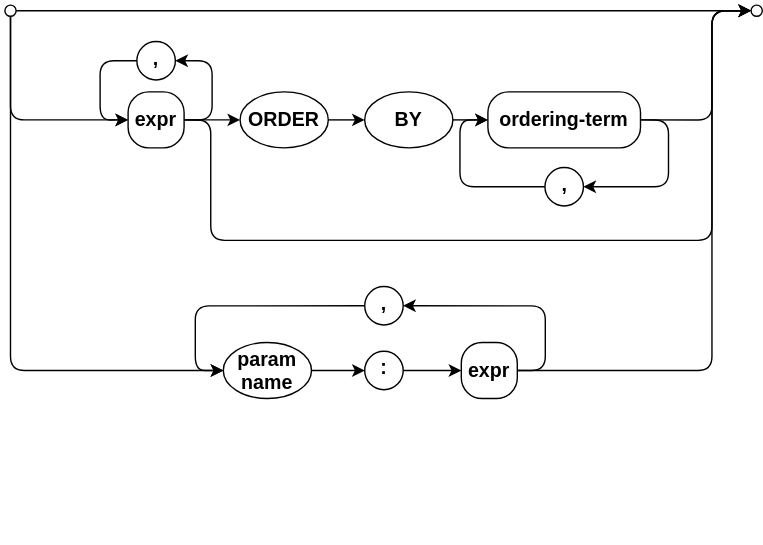
The draw.io diagram assets/cxl/function-args.drawio.svg in capire/docs, before a commit. Source tidied: cells renumbered, new cells last; positions are measured from the earlier drawing's top-left corner, leaving out a move shared by most shapes.
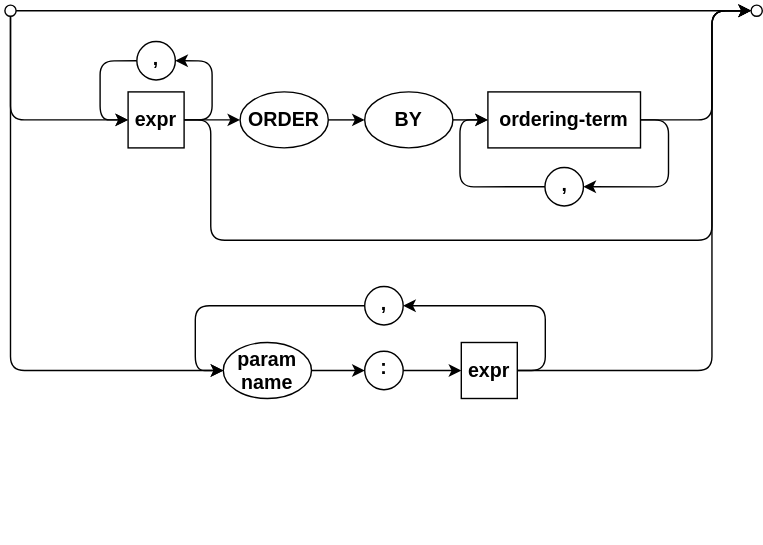
After the commit.

Diff of the diagram source:
```diff
@@ -25,7 +25,7 @@
     <mxCell id="6" style="ellipse;whiteSpace=wrap;html=1;strokeWidth=1;fontSize=14;verticalAlign=middle;fontStyle=1;textDirection=ltr;" parent="1" vertex="1">
       <mxGeometry x="533" width="8" height="8" as="geometry" />
     </mxCell>
-    <mxCell id="7" value="expr" style="rounded=1;strokeWidth=1;arcSize=37;textDirection=ltr;verticalAlign=middle;spacing=2;fontSize=14;fontStyle=1;horizontal=1;whiteSpace=wrap;html=1;labelBorderColor=none;textShadow=0;strokeColor=default;align=center;fontFamily=Helvetica;fontColor=default;fillColor=default;" parent="1" vertex="1">
+    <mxCell id="7" value="expr" style="rounded=0;strokeWidth=1;arcSize=37;textDirection=ltr;verticalAlign=middle;spacing=2;fontSize=14;fontStyle=1;horizontal=1;whiteSpace=wrap;html=1;labelBorderColor=none;textShadow=0;strokeColor=default;align=center;fontFamily=Helvetica;fontColor=default;fillColor=default;" parent="1" vertex="1">
       <mxGeometry x="88" y="62" width="40" height="40" as="geometry" />
     </mxCell>
     <mxCell id="8" value="," style="ellipse;verticalAlign=middle;spacingBottom=4;textDirection=ltr;spacing=2;strokeWidth=1;fontSize=14;fontStyle=1;horizontal=1;whiteSpace=wrap;html=1;labelBorderColor=none;textShadow=0;" parent="1" vertex="1">
@@ -37,7 +37,7 @@
     <mxCell id="10" style="edgeStyle=orthogonalEdgeStyle;rounded=1;jettySize=auto;html=1;exitX=0;exitY=0.5;exitDx=0;exitDy=0;entryX=0;entryY=0.5;entryDx=0;entryDy=0;startArrow=none;startFill=0;endArrow=classic;endFill=1;startSize=6;endSize=6;align=center;fontSize=12;labelBackgroundColor=none;" parent="1" edge="1" source="8" target="7">
       <mxGeometry relative="1" as="geometry" />
     </mxCell>
-    <mxCell id="11" value="ordering-term" style="rounded=1;strokeWidth=1;arcSize=37;textDirection=ltr;verticalAlign=middle;spacing=2;fontSize=14;fontStyle=1;horizontal=1;whiteSpace=wrap;html=1;labelBorderColor=none;textShadow=0;strokeColor=default;align=center;fontFamily=Helvetica;fontColor=default;fillColor=default;" parent="1" vertex="1">
+    <mxCell id="11" value="ordering-term" style="rounded=0;strokeWidth=1;arcSize=37;textDirection=ltr;verticalAlign=middle;spacing=2;fontSize=14;fontStyle=1;horizontal=1;whiteSpace=wrap;html=1;labelBorderColor=none;textShadow=0;strokeColor=default;align=center;fontFamily=Helvetica;fontColor=default;fillColor=default;" parent="1" vertex="1">
       <mxGeometry x="345" y="62" width="109" height="40" as="geometry" />
     </mxCell>
     <mxCell id="12" style="edgeStyle=entityRelationEdgeStyle;html=1;startArrow=none;endArrow=classic;segment=10;curved=1;sourcePerimeterSpacing=0;targetPerimeterSpacing=0;endFill=1;" parent="1" edge="1" source="13" target="15">
@@ -80,7 +80,7 @@
     <mxCell id="22" value=":" style="ellipse;verticalAlign=middle;spacingBottom=4;textDirection=ltr;spacing=2;strokeWidth=1;fontSize=14;fontStyle=1;horizontal=1;whiteSpace=wrap;html=1;labelBorderColor=none;textShadow=0;" parent="1" vertex="1">
       <mxGeometry x="257" y="247.2" width="27.5" height="27.5" as="geometry" />
     </mxCell>
-    <mxCell id="23" value="expr" style="rounded=1;strokeWidth=1;arcSize=37;textDirection=ltr;verticalAlign=middle;spacing=2;fontSize=14;fontStyle=1;horizontal=1;whiteSpace=wrap;html=1;labelBorderColor=none;textShadow=0;strokeColor=default;align=center;fontFamily=Helvetica;fontColor=default;fillColor=default;" parent="1" vertex="1">
+    <mxCell id="23" value="expr" style="rounded=0;strokeWidth=1;arcSize=37;textDirection=ltr;verticalAlign=middle;spacing=2;fontSize=14;fontStyle=1;horizontal=1;whiteSpace=wrap;html=1;labelBorderColor=none;textShadow=0;strokeColor=default;align=center;fontFamily=Helvetica;fontColor=default;fillColor=default;" parent="1" vertex="1">
       <mxGeometry x="326" y="241" width="40" height="40" as="geometry" />
     </mxCell>
     <mxCell id="24" style="edgeStyle=orthogonalEdgeStyle;rounded=1;jettySize=auto;html=1;exitX=1;exitY=0.5;exitDx=0;exitDy=0;entryX=0;entryY=0.5;entryDx=0;entryDy=0;startArrow=none;startFill=0;endArrow=classic;endFill=1;startSize=6;endSize=6;align=center;fontSize=12;labelBackgroundColor=none;" parent="1" edge="1" source="21" target="22">
```
